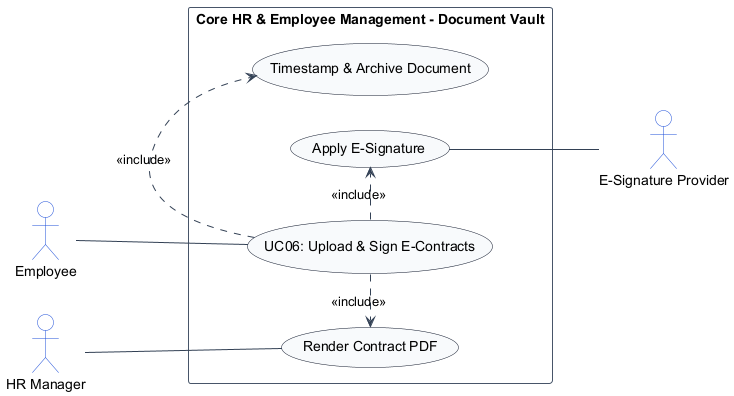
Earlier version of the PlantUML export usecase_images/UC06.png (TamBui1706/HRPlatform). Its diagram source:
```plantuml
@startuml
left to right direction
skinparam shadowing false
skinparam packageStyle rectangle
skinparam actorStyle stickman

skinparam ArrowColor #334155
skinparam ActorBorderColor #1d4ed8
skinparam ActorBackgroundColor #ffffff
skinparam UsecaseBorderColor #0f172a
skinparam UsecaseBackgroundColor #f8fafc
skinparam RectangleBorderColor #475569
skinparam RectangleBackgroundColor #ffffff

actor "Employee" as Employee
actor "HR Manager" as HRManager
actor "E-Signature Provider" as ESignatureProvider

rectangle "Core HR & Employee Management - Document Vault" {
    usecase "UC06: Upload & Sign E-Contracts" as UC_Main
    usecase "Render Contract PDF" as UC_Render
    usecase "Apply E-Signature" as UC_Sign
    usecase "Timestamp & Archive Document" as UC_Vault

    HRManager -- UC_Render
    Employee -- UC_Main
    UC_Main .> UC_Render : <<include>>
    UC_Main .> UC_Sign : <<include>>
    UC_Main .> UC_Vault : <<include>>
    UC_Sign -- ESignatureProvider
}
@enduml
```
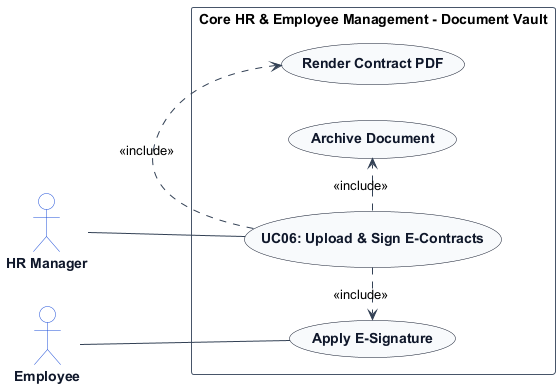
Later version of the same file.

Change to the diagram source:
```diff
@@ -7,26 +7,30 @@
 skinparam ArrowColor #334155
 skinparam ActorBorderColor #1d4ed8
 skinparam ActorBackgroundColor #ffffff
+skinparam ActorFontColor #0f172a
+skinparam ActorFontStyle bold
+
 skinparam UsecaseBorderColor #0f172a
 skinparam UsecaseBackgroundColor #f8fafc
+skinparam UsecaseFontColor #0f172a
+skinparam UsecaseFontStyle bold
+
 skinparam RectangleBorderColor #475569
 skinparam RectangleBackgroundColor #ffffff
 
+actor "HR Manager" as HRManager
 actor "Employee" as Employee
-actor "HR Manager" as HRManager
-actor "E-Signature Provider" as ESignatureProvider
 
 rectangle "Core HR & Employee Management - Document Vault" {
     usecase "UC06: Upload & Sign E-Contracts" as UC_Main
     usecase "Render Contract PDF" as UC_Render
     usecase "Apply E-Signature" as UC_Sign
-    usecase "Timestamp & Archive Document" as UC_Vault
+    usecase "Archive Document" as UC_Vault
 
-    HRManager -- UC_Render
-    Employee -- UC_Main
+    HRManager -- UC_Main
+    Employee -- UC_Sign
     UC_Main .> UC_Render : <<include>>
     UC_Main .> UC_Sign : <<include>>
     UC_Main .> UC_Vault : <<include>>
-    UC_Sign -- ESignatureProvider
 }
 @enduml
```
